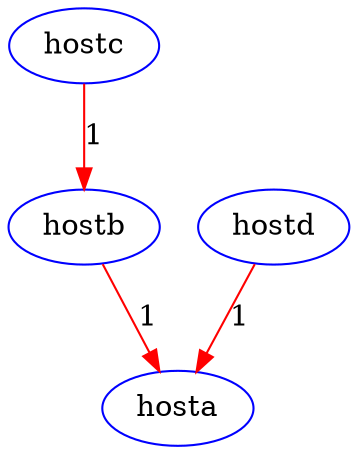
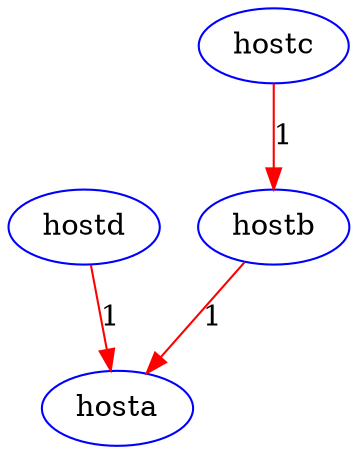
digraph G {
+ 	"hostb"->"hosta"[ color=red, label=1 ];
	"hostc"->"hostb"[ color=red, label=1 ];
	"hostd"->"hosta"[ color=red, label=1 ];
- 	"hostb"->"hosta"[ color=red, label=1 ];
	"hosta" [ color=blue ];
	"hostb" [ color=blue ];
	"hostc" [ color=blue ];
	"hostd" [ color=blue ];

}

